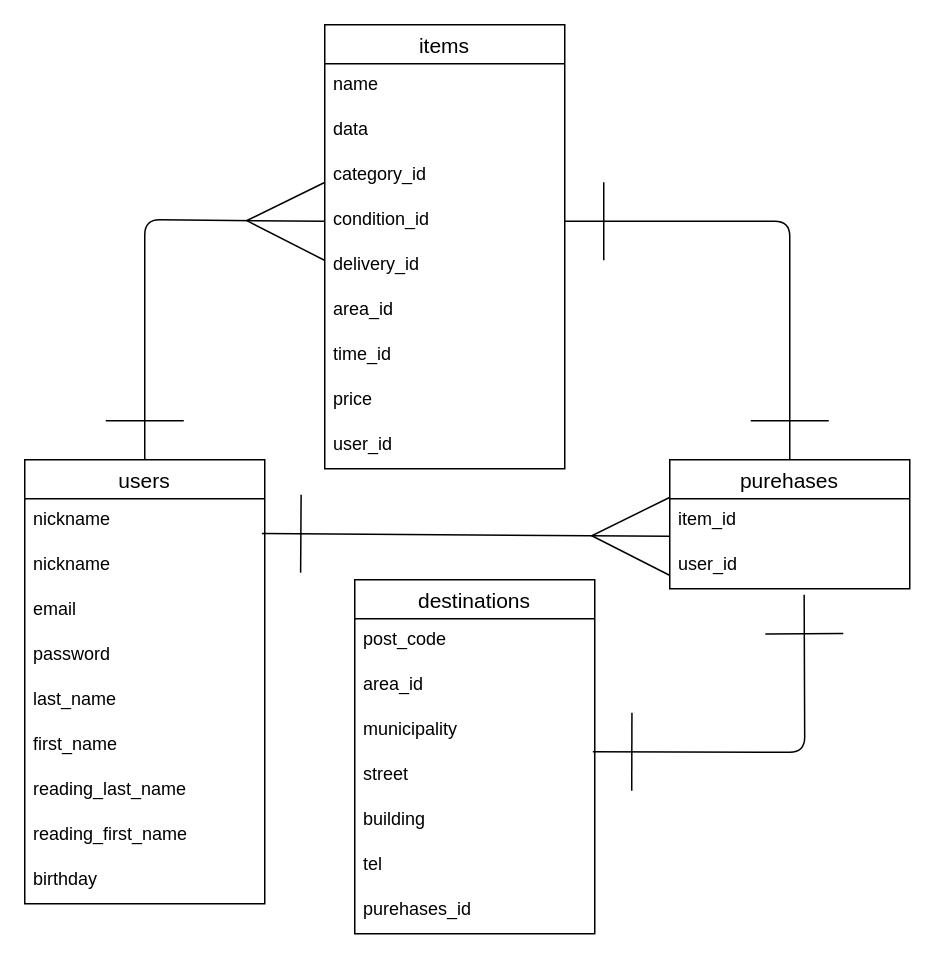
Above: furima-40398.dio in morikentarou/furima-40398 (draw.io), before the change. Source tidied: cells renumbered, new cells numbered last; positions are measured from the earlier drawing's top-left corner, leaving out a move shared by most shapes. Both pictures are drawn from the tidied source at 150%, with x=0, y=0 at pixel (24, 24).
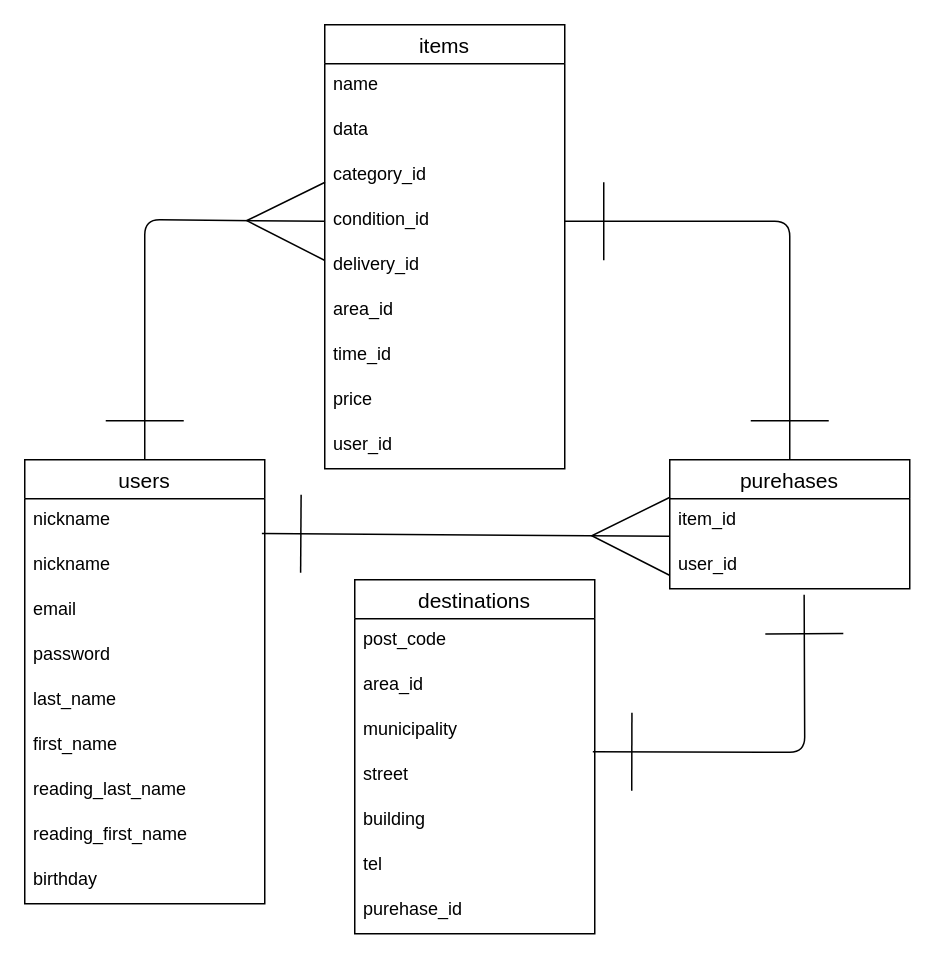
After the change.

The change refers to these unchanged cells:
```xml
<mxCell id="30" value="destinations" style="swimlane;fontStyle=0;horizontal=1;startSize=26;align=center;fontSize=14;" parent="1" vertex="1">
  <mxGeometry x="220" y="370" width="160" height="236" as="geometry" />
</mxCell>
```

Change to the diagram source:
```diff
@@
-    <mxCell id="37" value="purehases_id" style="text;strokeColor=none;fillColor=none;spacingLeft=4;spacingRight=4;overflow=hidden;fontSize=12;" parent="30" vertex="1">
+    <mxCell id="37" value="purehase_id" style="text;strokeColor=none;fillColor=none;spacingLeft=4;spacingRight=4;overflow=hidden;fontSize=12;" parent="30" vertex="1">
       <mxGeometry y="206" width="160" height="30" as="geometry" />
     </mxCell>
```
